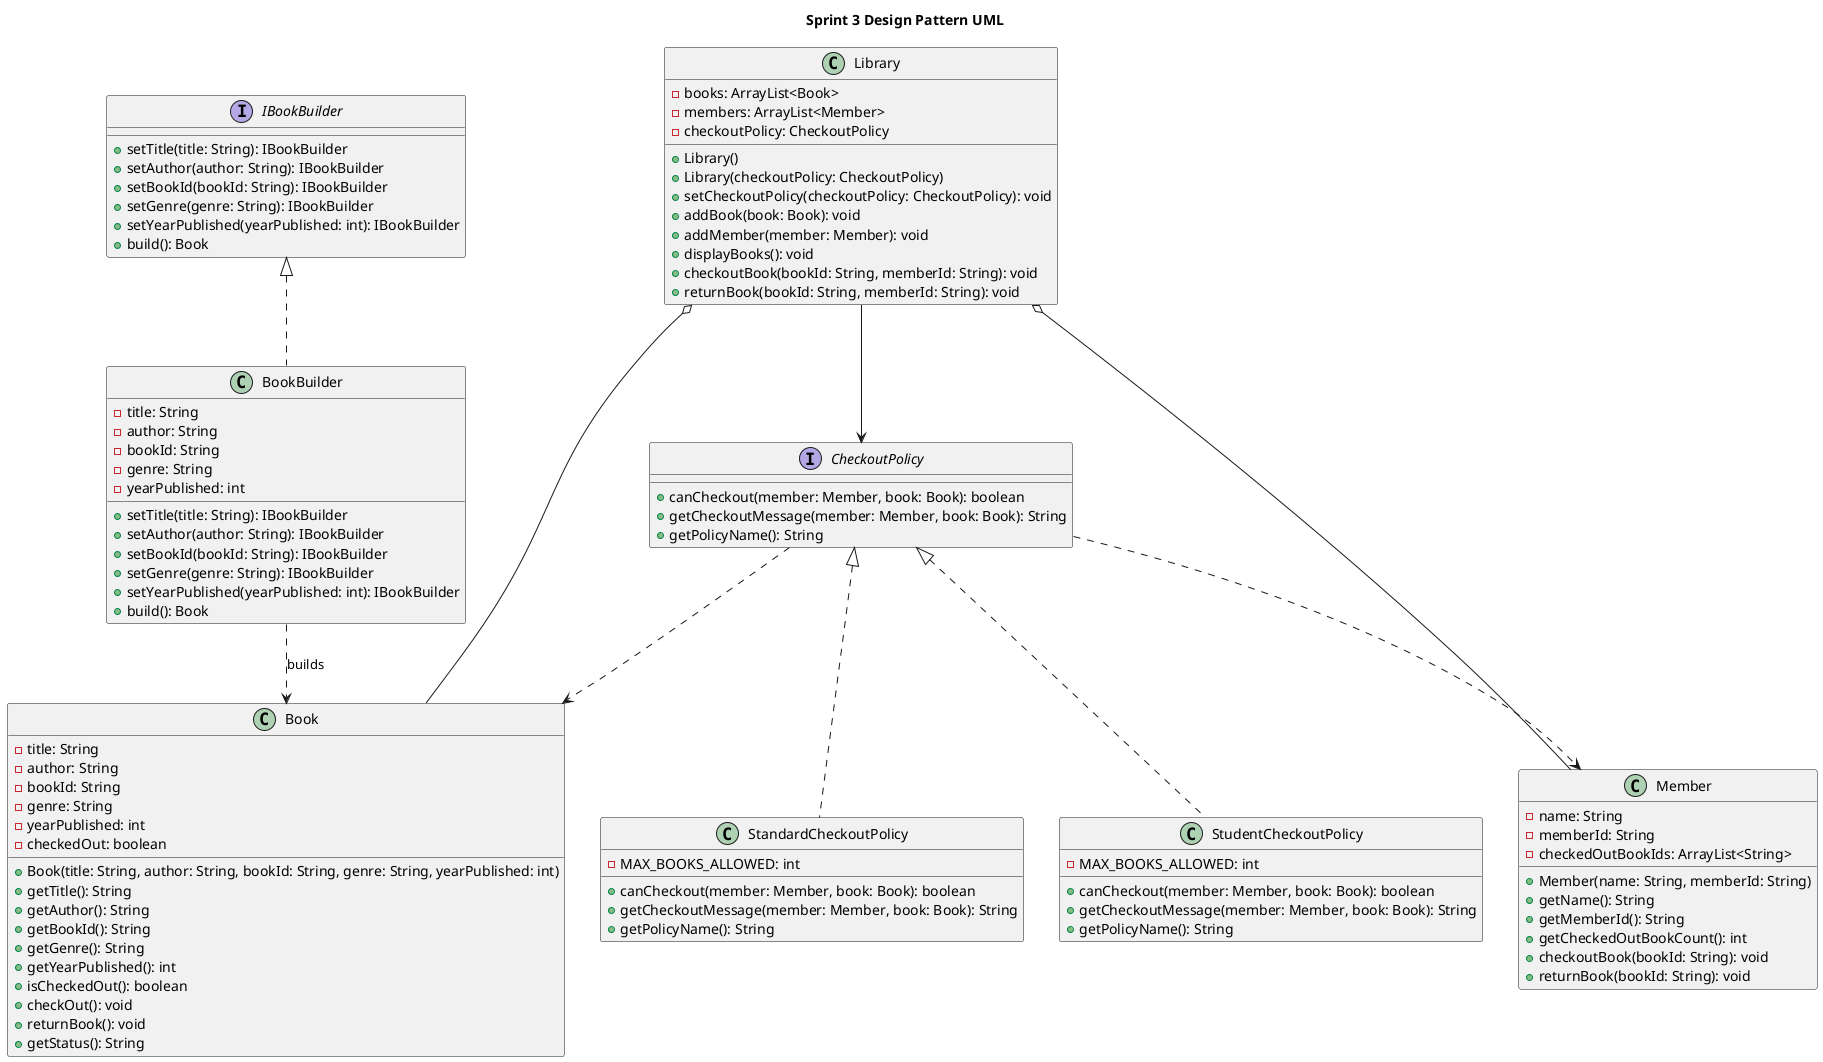
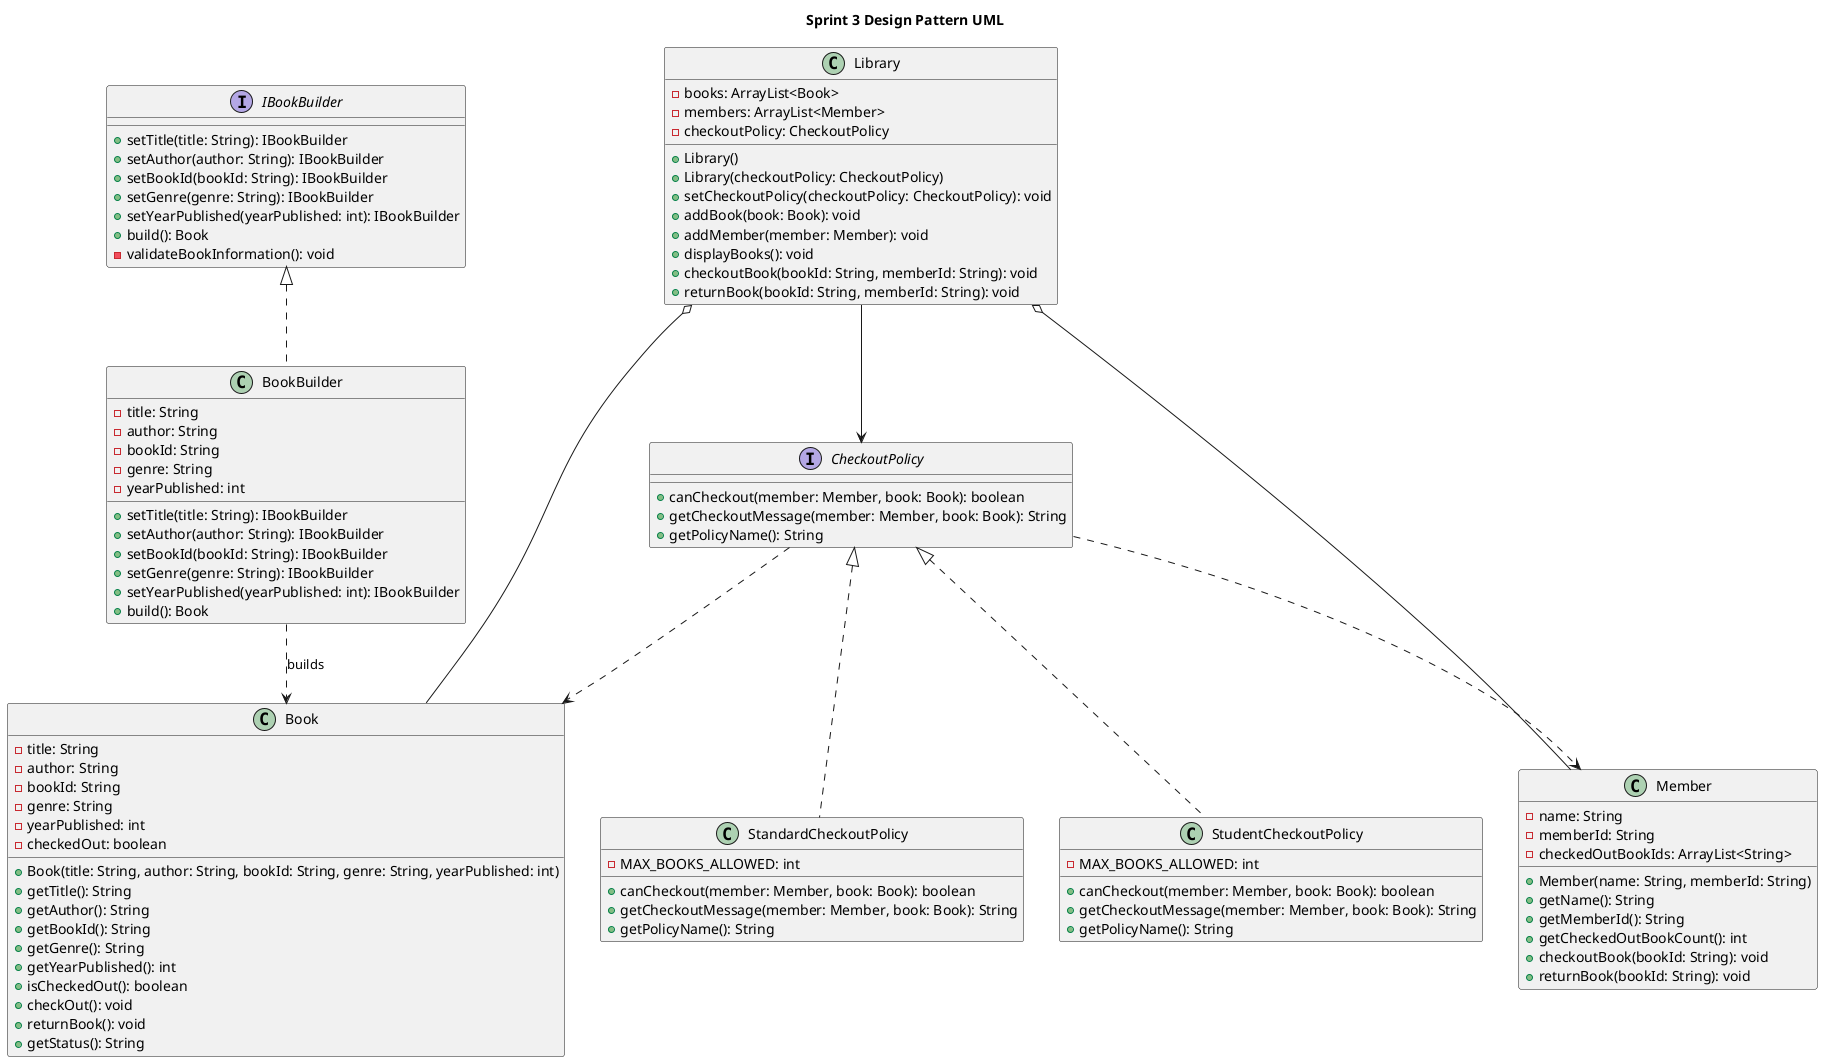
@startuml
title Sprint 3 Design Pattern UML

interface IBookBuilder {
    +setTitle(title: String): IBookBuilder
    +setAuthor(author: String): IBookBuilder
    +setBookId(bookId: String): IBookBuilder
    +setGenre(genre: String): IBookBuilder
    +setYearPublished(yearPublished: int): IBookBuilder
    +build(): Book
+     -validateBookInformation(): void
}

class BookBuilder {
    -title: String
    -author: String
    -bookId: String
    -genre: String
    -yearPublished: int
    +setTitle(title: String): IBookBuilder
    +setAuthor(author: String): IBookBuilder
    +setBookId(bookId: String): IBookBuilder
    +setGenre(genre: String): IBookBuilder
    +setYearPublished(yearPublished: int): IBookBuilder
    +build(): Book
}

class Book {
    -title: String
    -author: String
    -bookId: String
    -genre: String
    -yearPublished: int
    -checkedOut: boolean
    +Book(title: String, author: String, bookId: String, genre: String, yearPublished: int)
    +getTitle(): String
    +getAuthor(): String
    +getBookId(): String
    +getGenre(): String
    +getYearPublished(): int
    +isCheckedOut(): boolean
    +checkOut(): void
    +returnBook(): void
    +getStatus(): String
}

interface CheckoutPolicy {
    +canCheckout(member: Member, book: Book): boolean
    +getCheckoutMessage(member: Member, book: Book): String
    +getPolicyName(): String
}

class StandardCheckoutPolicy {
    -MAX_BOOKS_ALLOWED: int
    +canCheckout(member: Member, book: Book): boolean
    +getCheckoutMessage(member: Member, book: Book): String
    +getPolicyName(): String
}

class StudentCheckoutPolicy {
    -MAX_BOOKS_ALLOWED: int
    +canCheckout(member: Member, book: Book): boolean
    +getCheckoutMessage(member: Member, book: Book): String
    +getPolicyName(): String
}

class Member {
    -name: String
    -memberId: String
    -checkedOutBookIds: ArrayList<String>
    +Member(name: String, memberId: String)
    +getName(): String
    +getMemberId(): String
    +getCheckedOutBookCount(): int
    +checkoutBook(bookId: String): void
    +returnBook(bookId: String): void
}

class Library {
    -books: ArrayList<Book>
    -members: ArrayList<Member>
    -checkoutPolicy: CheckoutPolicy
    +Library()
    +Library(checkoutPolicy: CheckoutPolicy)
    +setCheckoutPolicy(checkoutPolicy: CheckoutPolicy): void
    +addBook(book: Book): void
    +addMember(member: Member): void
    +displayBooks(): void
    +checkoutBook(bookId: String, memberId: String): void
    +returnBook(bookId: String, memberId: String): void
}

IBookBuilder <|.. BookBuilder
BookBuilder ..> Book : builds
CheckoutPolicy <|.. StandardCheckoutPolicy
CheckoutPolicy <|.. StudentCheckoutPolicy
Library o-- Book
Library o-- Member
Library --> CheckoutPolicy
CheckoutPolicy ..> Member
CheckoutPolicy ..> Book

@enduml
